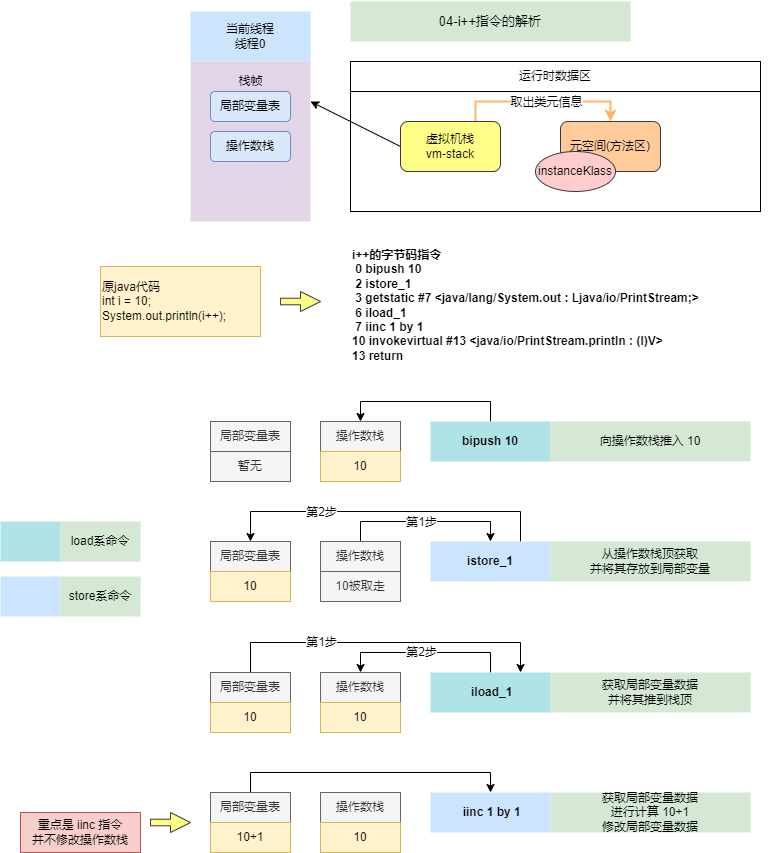
This is jvm/i++_runing_explain.png from yufarui/simple_picture, a draw.io export, as it was before one commit. Source tidied: cells renumbered, new cells last; positions are measured from the earlier drawing's top-left corner, leaving out a move shared by most shapes. Its diagram source:
```xml
<mxGraphModel background="#ffffff">
  <root>
    <mxCell id="0" />
    <mxCell id="1" parent="0" />
    <mxCell id="2" style="rounded=0;whiteSpace=wrap;html=1;fontSize=12;" parent="1" vertex="1">
      <mxGeometry x="350" y="90" width="410" height="120" as="geometry" />
    </mxCell>
    <mxCell id="3" style="edgeStyle=orthogonalEdgeStyle;rounded=0;jettySize=auto;html=1;exitX=0.75;exitY=0;exitDx=0;exitDy=0;entryX=0.5;entryY=0;entryDx=0;entryDy=0;strokeColor=#FFB366;strokeWidth=2;" parent="1" edge="1" source="6" target="7">
      <mxGeometry relative="1" as="geometry" />
    </mxCell>
    <mxCell id="4" value="取出类元信息" style="edgeLabel;html=1;align=center;verticalAlign=middle;" parent="3" vertex="1">
      <mxGeometry x="0.17" y="-1" relative="1" as="geometry">
        <mxPoint x="-12" y="-1" as="offset" />
      </mxGeometry>
    </mxCell>
    <mxCell id="5" style="edgeStyle=none;rounded=0;jettySize=auto;html=1;exitX=0;exitY=0.5;exitDx=0;exitDy=0;entryX=1;entryY=0.25;entryDx=0;entryDy=0;" parent="1" edge="1" source="6" target="13">
      <mxGeometry relative="1" as="geometry" />
    </mxCell>
    <mxCell id="6" value="虚拟机栈&lt;br&gt;vm-stack" style="rounded=1;whiteSpace=wrap;html=1;fillColor=#ffff88;strokeColor=#36393d;" parent="1" vertex="1">
      <mxGeometry x="400" y="120" width="100" height="50" as="geometry" />
    </mxCell>
    <mxCell id="7" value="元空间(方法区)" style="rounded=1;whiteSpace=wrap;html=1;fillColor=#ffcc99;strokeColor=#36393d;" parent="1" vertex="1">
      <mxGeometry x="560" y="120" width="100" height="50" as="geometry" />
    </mxCell>
    <mxCell id="8" value="instanceKlass" style="ellipse;whiteSpace=wrap;html=1;fillColor=#ffcccc;strokeColor=#36393d;" parent="1" vertex="1">
      <mxGeometry x="535" y="150" width="80" height="40" as="geometry" />
    </mxCell>
    <mxCell id="9" value="运行时数据区" style="rounded=0;whiteSpace=wrap;html=1;fontSize=12;" parent="1" vertex="1">
      <mxGeometry x="350" y="60" width="410" height="30" as="geometry" />
    </mxCell>
    <mxCell id="10" style="edgeStyle=orthogonalEdgeStyle;rounded=0;jettySize=auto;html=1;exitX=0.5;exitY=0;exitDx=0;exitDy=0;entryX=0.5;entryY=0;entryDx=0;entryDy=0;" parent="1" edge="1" source="11" target="17">
      <mxGeometry relative="1" as="geometry" />
    </mxCell>
    <mxCell id="11" value="&lt;b style=&quot;text-align: left&quot;&gt;bipush 10&lt;/b&gt;" style="rounded=0;whiteSpace=wrap;html=1;fontSize=12;strokeColor=none;fillColor=#b0e3e6;" parent="1" vertex="1">
      <mxGeometry x="430" y="420" width="120" height="40" as="geometry" />
    </mxCell>
    <mxCell id="12" value="当前线程&lt;br&gt;线程0" style="rounded=0;whiteSpace=wrap;html=1;fontSize=12;strokeColor=none;fillColor=#cce5ff;" parent="1" vertex="1">
      <mxGeometry x="190" y="10" width="120" height="50" as="geometry" />
    </mxCell>
    <mxCell id="13" style="rounded=0;whiteSpace=wrap;html=1;fontSize=12;fillColor=#e1d5e7;strokeColor=none;" parent="1" vertex="1">
      <mxGeometry x="190" y="60" width="120" height="160" as="geometry" />
    </mxCell>
    <mxCell id="14" value="栈帧" style="text;html=1;align=center;verticalAlign=middle;strokeColor=none;fillColor=none;" parent="1" vertex="1">
      <mxGeometry x="230" y="70" width="40" height="20" as="geometry" />
    </mxCell>
    <mxCell id="15" value="局部变量表" style="rounded=1;whiteSpace=wrap;html=1;fillColor=#dae8fc;strokeColor=#6c8ebf;" parent="1" vertex="1">
      <mxGeometry x="210" y="90" width="80" height="30" as="geometry" />
    </mxCell>
    <mxCell id="16" value="操作数栈" style="rounded=1;whiteSpace=wrap;html=1;fillColor=#dae8fc;strokeColor=#6c8ebf;" parent="1" vertex="1">
      <mxGeometry x="210" y="130" width="80" height="30" as="geometry" />
    </mxCell>
    <mxCell id="17" value="操作数栈" style="rounded=0;whiteSpace=wrap;html=1;fillColor=#f5f5f5;strokeColor=#666666;fontColor=#333333;" parent="1" vertex="1">
      <mxGeometry x="320" y="420" width="80" height="30" as="geometry" />
    </mxCell>
    <mxCell id="18" value="10" style="rounded=0;whiteSpace=wrap;html=1;fillColor=#fff2cc;strokeColor=#d6b656;" parent="1" vertex="1">
      <mxGeometry x="320" y="450" width="80" height="30" as="geometry" />
    </mxCell>
    <mxCell id="19" style="edgeStyle=orthogonalEdgeStyle;rounded=0;jettySize=auto;html=1;exitX=0.75;exitY=0;exitDx=0;exitDy=0;entryX=0.5;entryY=0;entryDx=0;entryDy=0;" parent="1" edge="1" source="21" target="32">
      <mxGeometry relative="1" as="geometry">
        <Array as="points">
          <mxPoint x="520" y="510" />
          <mxPoint x="250" y="510" />
        </Array>
      </mxGeometry>
    </mxCell>
    <mxCell id="20" value="第2步" style="edgeLabel;html=1;align=center;verticalAlign=middle;" parent="19" vertex="1">
      <mxGeometry x="0.5" y="-6" relative="1" as="geometry">
        <mxPoint x="17" y="6" as="offset" />
      </mxGeometry>
    </mxCell>
    <mxCell id="21" value="&lt;div style=&quot;text-align: left&quot;&gt;&lt;b&gt;istore_1&lt;/b&gt;&lt;br&gt;&lt;/div&gt;" style="rounded=0;whiteSpace=wrap;html=1;fontSize=12;strokeColor=none;fillColor=#cce5ff;" parent="1" vertex="1">
      <mxGeometry x="430" y="540" width="120" height="40" as="geometry" />
    </mxCell>
    <mxCell id="22" value="从操作数栈顶获取&lt;br&gt;并将其存放到局部变量" style="rounded=0;whiteSpace=wrap;html=1;fontSize=12;strokeColor=none;fillColor=#d5e8d4;" parent="1" vertex="1">
      <mxGeometry x="550" y="540" width="200" height="40" as="geometry" />
    </mxCell>
    <mxCell id="23" style="edgeStyle=orthogonalEdgeStyle;rounded=0;jettySize=auto;html=1;exitX=0.5;exitY=0;exitDx=0;exitDy=0;entryX=0.5;entryY=0;entryDx=0;entryDy=0;" parent="1" edge="1" source="25" target="21">
      <mxGeometry relative="1" as="geometry" />
    </mxCell>
    <mxCell id="24" value="第1步" style="edgeLabel;html=1;align=center;verticalAlign=middle;" parent="23" vertex="1">
      <mxGeometry x="0.21" y="1" relative="1" as="geometry">
        <mxPoint x="-23" y="1" as="offset" />
      </mxGeometry>
    </mxCell>
    <mxCell id="25" value="操作数栈" style="rounded=0;whiteSpace=wrap;html=1;fillColor=#f5f5f5;strokeColor=#666666;fontColor=#333333;" parent="1" vertex="1">
      <mxGeometry x="320" y="540" width="80" height="30" as="geometry" />
    </mxCell>
    <mxCell id="26" value="&lt;div&gt;&lt;b&gt;i++的字节码指令&lt;/b&gt;&lt;/div&gt;&lt;div&gt;&lt;div&gt;&lt;b&gt;&amp;nbsp;0 bipush 10&lt;/b&gt;&lt;/div&gt;&lt;div&gt;&lt;b&gt;&amp;nbsp;2 istore_1&lt;/b&gt;&lt;/div&gt;&lt;div&gt;&lt;b&gt;&amp;nbsp;3 getstatic #7 &amp;lt;java/lang/System.out : Ljava/io/PrintStream;&amp;gt;&lt;/b&gt;&lt;/div&gt;&lt;div&gt;&lt;b&gt;&amp;nbsp;6 iload_1&lt;/b&gt;&lt;/div&gt;&lt;div&gt;&lt;b&gt;&amp;nbsp;7 iinc 1 by 1&lt;/b&gt;&lt;/div&gt;&lt;div&gt;&lt;b&gt;10 invokevirtual #13 &amp;lt;java/io/PrintStream.println : (I)V&amp;gt;&lt;/b&gt;&lt;/div&gt;&lt;div&gt;&lt;b&gt;13 return&lt;/b&gt;&lt;/div&gt;&lt;/div&gt;" style="text;whiteSpace=wrap;html=1;" parent="1" vertex="1">
      <mxGeometry x="350" y="240" width="420" height="120" as="geometry" />
    </mxCell>
    <mxCell id="27" value="10被取走" style="rounded=0;whiteSpace=wrap;html=1;fillColor=#f5f5f5;strokeColor=#666666;fontColor=#333333;" parent="1" vertex="1">
      <mxGeometry x="320" y="570" width="80" height="30" as="geometry" />
    </mxCell>
    <mxCell id="28" value="&lt;pre style=&quot;text-align: left ; font-size: 9.8pt&quot;&gt;&lt;font face=&quot;Helvetica&quot;&gt;04-i++指令的解析&lt;/font&gt;&lt;/pre&gt;" style="rounded=0;whiteSpace=wrap;html=1;fontSize=12;strokeColor=none;fillColor=#d5e8d4;labelBackgroundColor=none;fontFamily=Helvetica;" parent="1" vertex="1">
      <mxGeometry x="350" width="280" height="40" as="geometry" />
    </mxCell>
    <mxCell id="29" value="原java代码&lt;br&gt;int i = 10;&amp;nbsp; &amp;nbsp; &amp;nbsp; &amp;nbsp; System.out.println(i++);" style="rounded=0;whiteSpace=wrap;html=1;fontSize=12;strokeColor=#d6b656;fillColor=#fff2cc;align=left;" parent="1" vertex="1">
      <mxGeometry x="100" y="265" width="160" height="70" as="geometry" />
    </mxCell>
    <mxCell id="30" style="html=1;shadow=0;dashed=0;align=center;verticalAlign=middle;shape=mxgraph.arrows2.arrow;dy=0.67;dx=20;notch=0;labelBackgroundColor=#FFFFFF;fillColor=#ffff88;strokeColor=#36393d;" parent="1" vertex="1">
      <mxGeometry x="280" y="290" width="40" height="20" as="geometry" />
    </mxCell>
    <mxCell id="31" value="向操作数栈推入 10" style="rounded=0;whiteSpace=wrap;html=1;fontSize=12;strokeColor=none;fillColor=#d5e8d4;" parent="1" vertex="1">
      <mxGeometry x="550" y="420" width="200" height="40" as="geometry" />
    </mxCell>
    <mxCell id="32" value="局部变量表" style="rounded=0;whiteSpace=wrap;html=1;fillColor=#f5f5f5;strokeColor=#666666;fontColor=#333333;" parent="1" vertex="1">
      <mxGeometry x="210" y="540" width="80" height="30" as="geometry" />
    </mxCell>
    <mxCell id="33" value="10" style="rounded=0;whiteSpace=wrap;html=1;fillColor=#fff2cc;strokeColor=#d6b656;" parent="1" vertex="1">
      <mxGeometry x="210" y="570" width="80" height="30" as="geometry" />
    </mxCell>
    <mxCell id="34" style="edgeStyle=orthogonalEdgeStyle;rounded=0;jettySize=auto;html=1;exitX=0.5;exitY=0;exitDx=0;exitDy=0;entryX=0.5;entryY=0;entryDx=0;entryDy=0;" parent="1" edge="1" source="35" target="48">
      <mxGeometry relative="1" as="geometry" />
    </mxCell>
    <mxCell id="35" value="&lt;b style=&quot;text-align: left&quot;&gt;&amp;nbsp;iload_1&lt;/b&gt;" style="rounded=0;whiteSpace=wrap;html=1;fontSize=12;strokeColor=none;fillColor=#b0e3e6;" parent="1" vertex="1">
      <mxGeometry x="430" y="671" width="120" height="40" as="geometry" />
    </mxCell>
    <mxCell id="36" style="edgeStyle=orthogonalEdgeStyle;rounded=0;jettySize=auto;html=1;exitX=0.5;exitY=0;exitDx=0;exitDy=0;entryX=0.75;entryY=0;entryDx=0;entryDy=0;" parent="1" edge="1" source="39" target="35">
      <mxGeometry relative="1" as="geometry">
        <Array as="points">
          <mxPoint x="250" y="641" />
          <mxPoint x="520" y="641" />
        </Array>
      </mxGeometry>
    </mxCell>
    <mxCell id="37" value="第1步" style="edgeLabel;html=1;align=center;verticalAlign=middle;" parent="36" vertex="1">
      <mxGeometry x="-0.56" y="1" relative="1" as="geometry">
        <mxPoint x="27" as="offset" />
      </mxGeometry>
    </mxCell>
    <mxCell id="38" value="第2步" style="edgeLabel;html=1;align=center;verticalAlign=middle;" parent="36" vertex="1">
      <mxGeometry y="-9" relative="1" as="geometry">
        <mxPoint x="34" as="offset" />
      </mxGeometry>
    </mxCell>
    <mxCell id="39" value="局部变量表" style="rounded=0;whiteSpace=wrap;html=1;fillColor=#f5f5f5;strokeColor=#666666;fontColor=#333333;" parent="1" vertex="1">
      <mxGeometry x="210" y="671" width="80" height="30" as="geometry" />
    </mxCell>
    <mxCell id="40" value="10" style="rounded=0;whiteSpace=wrap;html=1;fillColor=#fff2cc;strokeColor=#d6b656;" parent="1" vertex="1">
      <mxGeometry x="210" y="701" width="80" height="30" as="geometry" />
    </mxCell>
    <mxCell id="41" value="获取局部变量数据&lt;br&gt;并将其推到栈顶" style="rounded=0;whiteSpace=wrap;html=1;fontSize=12;strokeColor=none;fillColor=#d5e8d4;" parent="1" vertex="1">
      <mxGeometry x="550" y="671" width="200" height="40" as="geometry" />
    </mxCell>
    <mxCell id="42" value="&lt;div style=&quot;text-align: left&quot;&gt;&lt;b&gt;&amp;nbsp;iinc 1 by 1&lt;/b&gt;&lt;br&gt;&lt;/div&gt;" style="rounded=0;whiteSpace=wrap;html=1;fontSize=12;strokeColor=none;fillColor=#cce5ff;" parent="1" vertex="1">
      <mxGeometry x="430" y="791" width="120" height="40" as="geometry" />
    </mxCell>
    <mxCell id="43" value="获取局部变量数据&lt;br&gt;进行计算 10+1&lt;br&gt;修改局部变量数据" style="rounded=0;whiteSpace=wrap;html=1;fontSize=12;strokeColor=none;fillColor=#d5e8d4;" parent="1" vertex="1">
      <mxGeometry x="550" y="791" width="200" height="40" as="geometry" />
    </mxCell>
    <mxCell id="44" style="edgeStyle=orthogonalEdgeStyle;rounded=0;jettySize=auto;html=1;exitX=0.5;exitY=0;exitDx=0;exitDy=0;entryX=0.5;entryY=0;entryDx=0;entryDy=0;" parent="1" edge="1" source="45" target="42">
      <mxGeometry relative="1" as="geometry" />
    </mxCell>
    <mxCell id="45" value="局部变量表" style="rounded=0;whiteSpace=wrap;html=1;fillColor=#f5f5f5;strokeColor=#666666;fontColor=#333333;" parent="1" vertex="1">
      <mxGeometry x="210" y="791" width="80" height="30" as="geometry" />
    </mxCell>
    <mxCell id="46" value="10+1" style="rounded=0;whiteSpace=wrap;html=1;fillColor=#fff2cc;strokeColor=#d6b656;" parent="1" vertex="1">
      <mxGeometry x="210" y="821" width="80" height="30" as="geometry" />
    </mxCell>
    <mxCell id="47" value="局部变量表" style="rounded=0;whiteSpace=wrap;html=1;fillColor=#f5f5f5;strokeColor=#666666;fontColor=#333333;" parent="1" vertex="1">
      <mxGeometry x="210" y="420" width="80" height="30" as="geometry" />
    </mxCell>
    <mxCell id="48" value="操作数栈" style="rounded=0;whiteSpace=wrap;html=1;fillColor=#f5f5f5;strokeColor=#666666;fontColor=#333333;" parent="1" vertex="1">
      <mxGeometry x="320" y="671" width="80" height="30" as="geometry" />
    </mxCell>
    <mxCell id="49" value="操作数栈" style="rounded=0;whiteSpace=wrap;html=1;fillColor=#f5f5f5;strokeColor=#666666;fontColor=#333333;" parent="1" vertex="1">
      <mxGeometry x="320" y="791" width="80" height="30" as="geometry" />
    </mxCell>
    <mxCell id="50" value="暂无" style="rounded=0;whiteSpace=wrap;html=1;fillColor=#f5f5f5;strokeColor=#666666;fontColor=#333333;" parent="1" vertex="1">
      <mxGeometry x="210" y="450" width="80" height="30" as="geometry" />
    </mxCell>
    <mxCell id="51" value="10" style="rounded=0;whiteSpace=wrap;html=1;fillColor=#fff2cc;strokeColor=#d6b656;" parent="1" vertex="1">
      <mxGeometry x="320" y="701" width="80" height="30" as="geometry" />
    </mxCell>
    <mxCell id="52" value="10" style="rounded=0;whiteSpace=wrap;html=1;fillColor=#fff2cc;strokeColor=#d6b656;" parent="1" vertex="1">
      <mxGeometry x="320" y="821" width="80" height="30" as="geometry" />
    </mxCell>
    <mxCell id="53" value="重点是 iinc 指令&lt;br&gt;并不修改操作数栈" style="rounded=0;whiteSpace=wrap;html=1;fontSize=12;fillColor=#f8cecc;strokeColor=#b85450;" parent="1" vertex="1">
      <mxGeometry x="20" y="811" width="120" height="40" as="geometry" />
    </mxCell>
    <mxCell id="54" style="rounded=0;whiteSpace=wrap;html=1;fontSize=12;strokeColor=none;fillColor=#b0e3e6;" parent="1" vertex="1">
      <mxGeometry y="520" width="60" height="40" as="geometry" />
    </mxCell>
    <mxCell id="55" value="load系命令" style="rounded=0;whiteSpace=wrap;html=1;fontSize=12;strokeColor=none;fillColor=#d5e8d4;" parent="1" vertex="1">
      <mxGeometry x="60" y="520" width="80" height="40" as="geometry" />
    </mxCell>
    <mxCell id="56" value="&lt;div style=&quot;text-align: left&quot;&gt;&lt;br&gt;&lt;/div&gt;" style="rounded=0;whiteSpace=wrap;html=1;fontSize=12;strokeColor=none;fillColor=#cce5ff;" parent="1" vertex="1">
      <mxGeometry y="575" width="60" height="40" as="geometry" />
    </mxCell>
    <mxCell id="57" value="store系命令" style="rounded=0;whiteSpace=wrap;html=1;fontSize=12;strokeColor=none;fillColor=#d5e8d4;" parent="1" vertex="1">
      <mxGeometry x="60" y="575" width="80" height="40" as="geometry" />
    </mxCell>
    <mxCell id="58" style="html=1;shadow=0;dashed=0;align=center;verticalAlign=middle;shape=mxgraph.arrows2.arrow;dy=0.67;dx=20;notch=0;labelBackgroundColor=#FFFFFF;fillColor=#ffff88;strokeColor=#36393d;" parent="1" vertex="1">
      <mxGeometry x="150" y="811" width="40" height="20" as="geometry" />
    </mxCell>
  </root>
</mxGraphModel>
```
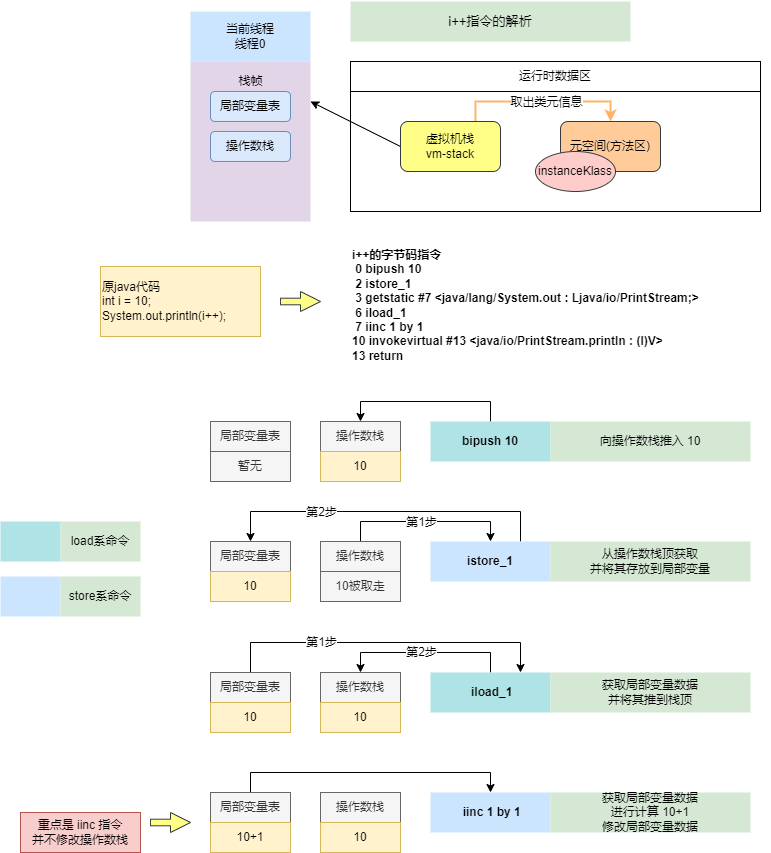
Above is the later version.

Diff of the diagram source:
```diff
@@ -91,7 +91,7 @@
     <mxCell id="27" value="10被取走" style="rounded=0;whiteSpace=wrap;html=1;fillColor=#f5f5f5;strokeColor=#666666;fontColor=#333333;" parent="1" vertex="1">
       <mxGeometry x="320" y="570" width="80" height="30" as="geometry" />
     </mxCell>
-    <mxCell id="28" value="&lt;pre style=&quot;text-align: left ; font-size: 9.8pt&quot;&gt;&lt;font face=&quot;Helvetica&quot;&gt;04-i++指令的解析&lt;/font&gt;&lt;/pre&gt;" style="rounded=0;whiteSpace=wrap;html=1;fontSize=12;strokeColor=none;fillColor=#d5e8d4;labelBackgroundColor=none;fontFamily=Helvetica;" parent="1" vertex="1">
+    <mxCell id="28" value="&lt;pre style=&quot;text-align: left ; font-size: 9.8pt&quot;&gt;&lt;font face=&quot;Helvetica&quot;&gt;i++指令的解析&lt;/font&gt;&lt;/pre&gt;" style="rounded=0;whiteSpace=wrap;html=1;fontSize=12;strokeColor=none;fillColor=#d5e8d4;labelBackgroundColor=none;fontFamily=Helvetica;" parent="1" vertex="1">
       <mxGeometry x="350" width="280" height="40" as="geometry" />
     </mxCell>
     <mxCell id="29" value="原java代码&lt;br&gt;int i = 10;&amp;nbsp; &amp;nbsp; &amp;nbsp; &amp;nbsp; System.out.println(i++);" style="rounded=0;whiteSpace=wrap;html=1;fontSize=12;strokeColor=#d6b656;fillColor=#fff2cc;align=left;" parent="1" vertex="1">
```
